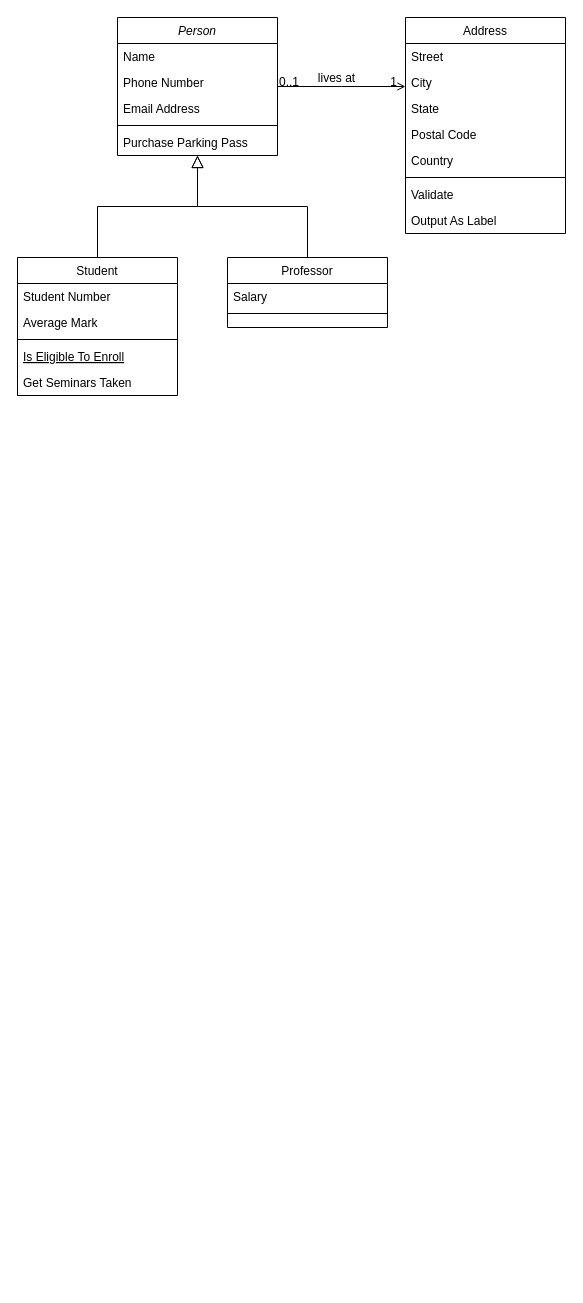
The draw.io diagram PlayVehicleMoudle.drawio in uniHk/UniverseofHK.github.io, before the edit. Source tidied: cells renumbered, new cells numbered last; positions are measured from the earlier drawing's top-left corner, leaving out a move shared by most shapes. Both pictures are drawn from the tidied source at 100%, with x=0, y=0 at pixel (17, 17).
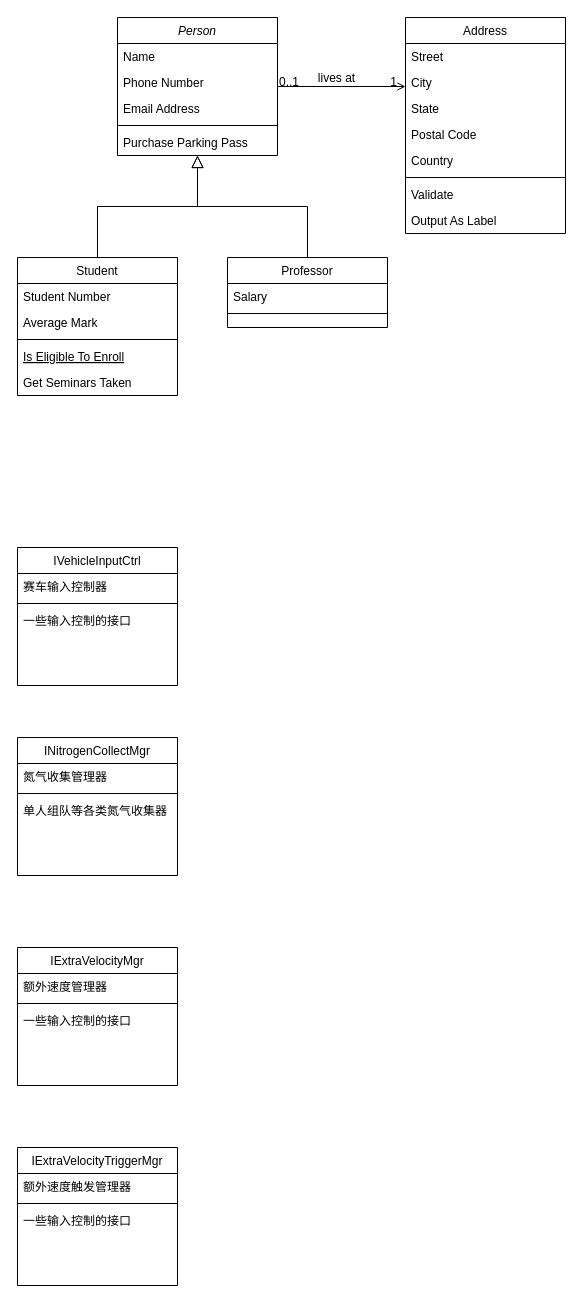
The same diagram, later.

Diff of the diagram source:
```diff
@@
+    <mxCell id="32" value="IVehicleInputCtrl" style="swimlane;fontStyle=0;align=center;verticalAlign=top;horizontal=1;startSize=26;rounded=0;shadow=0;strokeWidth=1;" parent="1" vertex="1">
+      <mxGeometry y="530" width="160" height="138" as="geometry" />
+    </mxCell>
+    <mxCell id="33" value="赛车输入控制器" style="text;align=left;verticalAlign=top;spacingLeft=4;spacingRight=4;overflow=hidden;rounded=0;shadow=0;html=0;" parent="32" vertex="1">
+      <mxGeometry y="26" width="160" height="26" as="geometry" />
+    </mxCell>
+    <mxCell id="34" style="line;html=1;strokeWidth=1;align=left;verticalAlign=middle;spacingTop=-1;spacingLeft=3;spacingRight=3;labelPosition=right;" parent="32" vertex="1">
+      <mxGeometry y="52" width="160" height="8" as="geometry" />
+    </mxCell>
+    <mxCell id="35" value="一些输入控制的接口" style="text;align=left;verticalAlign=top;spacingLeft=4;spacingRight=4;overflow=hidden;" parent="32" vertex="1">
+      <mxGeometry y="60" width="160" height="26" as="geometry" />
+    </mxCell>
+    <mxCell id="36" value="INitrogenCollectMgr" style="swimlane;fontStyle=0;align=center;verticalAlign=top;horizontal=1;startSize=26;rounded=0;shadow=0;strokeWidth=1;" parent="1" vertex="1">
+      <mxGeometry y="720" width="160" height="138" as="geometry" />
+    </mxCell>
+    <mxCell id="37" value="氮气收集管理器" style="text;align=left;verticalAlign=top;spacingLeft=4;spacingRight=4;overflow=hidden;rounded=0;shadow=0;html=0;" parent="36" vertex="1">
+      <mxGeometry y="26" width="160" height="26" as="geometry" />
+    </mxCell>
+    <mxCell id="38" style="line;html=1;strokeWidth=1;align=left;verticalAlign=middle;spacingTop=-1;spacingLeft=3;spacingRight=3;labelPosition=right;" parent="36" vertex="1">
+      <mxGeometry y="52" width="160" height="8" as="geometry" />
+    </mxCell>
+    <mxCell id="39" value="单人组队等各类氮气收集器" style="text;align=left;verticalAlign=top;spacingLeft=4;spacingRight=4;overflow=hidden;" parent="36" vertex="1">
+      <mxGeometry y="60" width="160" height="26" as="geometry" />
+    </mxCell>
+    <mxCell id="40" value="IExtraVelocityMgr" style="swimlane;fontStyle=0;align=center;verticalAlign=top;horizontal=1;startSize=26;rounded=0;shadow=0;strokeWidth=1;" parent="1" vertex="1">
+      <mxGeometry y="930" width="160" height="138" as="geometry" />
+    </mxCell>
+    <mxCell id="41" value="额外速度管理器" style="text;align=left;verticalAlign=top;spacingLeft=4;spacingRight=4;overflow=hidden;rounded=0;shadow=0;html=0;" parent="40" vertex="1">
+      <mxGeometry y="26" width="160" height="26" as="geometry" />
+    </mxCell>
+    <mxCell id="42" style="line;html=1;strokeWidth=1;align=left;verticalAlign=middle;spacingTop=-1;spacingLeft=3;spacingRight=3;labelPosition=right;" parent="40" vertex="1">
+      <mxGeometry y="52" width="160" height="8" as="geometry" />
+    </mxCell>
+    <mxCell id="43" value="一些输入控制的接口" style="text;align=left;verticalAlign=top;spacingLeft=4;spacingRight=4;overflow=hidden;" parent="40" vertex="1">
+      <mxGeometry y="60" width="160" height="26" as="geometry" />
+    </mxCell>
+    <mxCell id="44" value="IExtraVelocityTriggerMgr" style="swimlane;fontStyle=0;align=center;verticalAlign=top;horizontal=1;startSize=26;rounded=0;shadow=0;strokeWidth=1;" parent="1" vertex="1">
+      <mxGeometry y="1130" width="160" height="138" as="geometry" />
+    </mxCell>
+    <mxCell id="45" value="额外速度触发管理器" style="text;align=left;verticalAlign=top;spacingLeft=4;spacingRight=4;overflow=hidden;rounded=0;shadow=0;html=0;" parent="44" vertex="1">
+      <mxGeometry y="26" width="160" height="26" as="geometry" />
+    </mxCell>
+    <mxCell id="46" style="line;html=1;strokeWidth=1;align=left;verticalAlign=middle;spacingTop=-1;spacingLeft=3;spacingRight=3;labelPosition=right;" parent="44" vertex="1">
+      <mxGeometry y="52" width="160" height="8" as="geometry" />
+    </mxCell>
+    <mxCell id="47" value="一些输入控制的接口" style="text;align=left;verticalAlign=top;spacingLeft=4;spacingRight=4;overflow=hidden;" parent="44" vertex="1">
+      <mxGeometry y="60" width="160" height="26" as="geometry" />
+    </mxCell>
```
